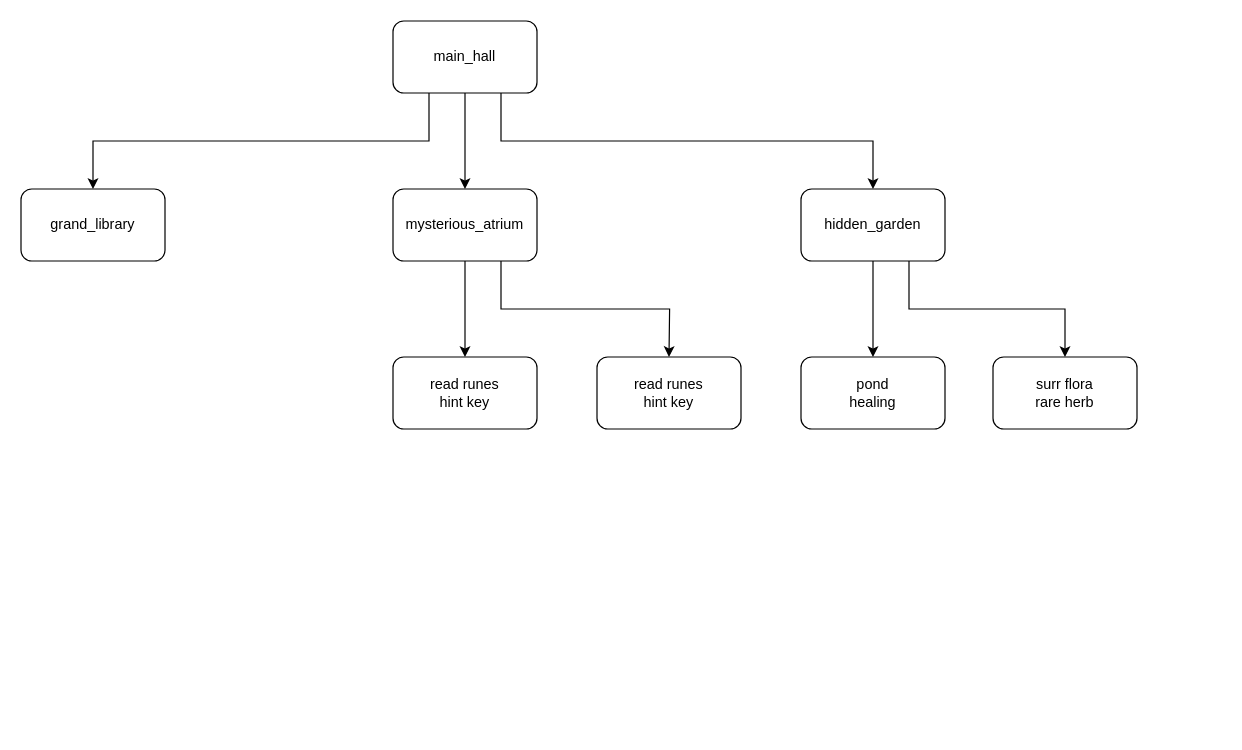
Before: AdventureText.drawio in SkyBlyvion/Python-AdventureText, a draw.io diagram. Source tidied: cells renumbered, new cells numbered last; positions are measured from the earlier drawing's top-left corner, leaving out a move shared by most shapes. Both pictures are drawn from the tidied source at 120%, with x=0, y=0 at pixel (20, 20).
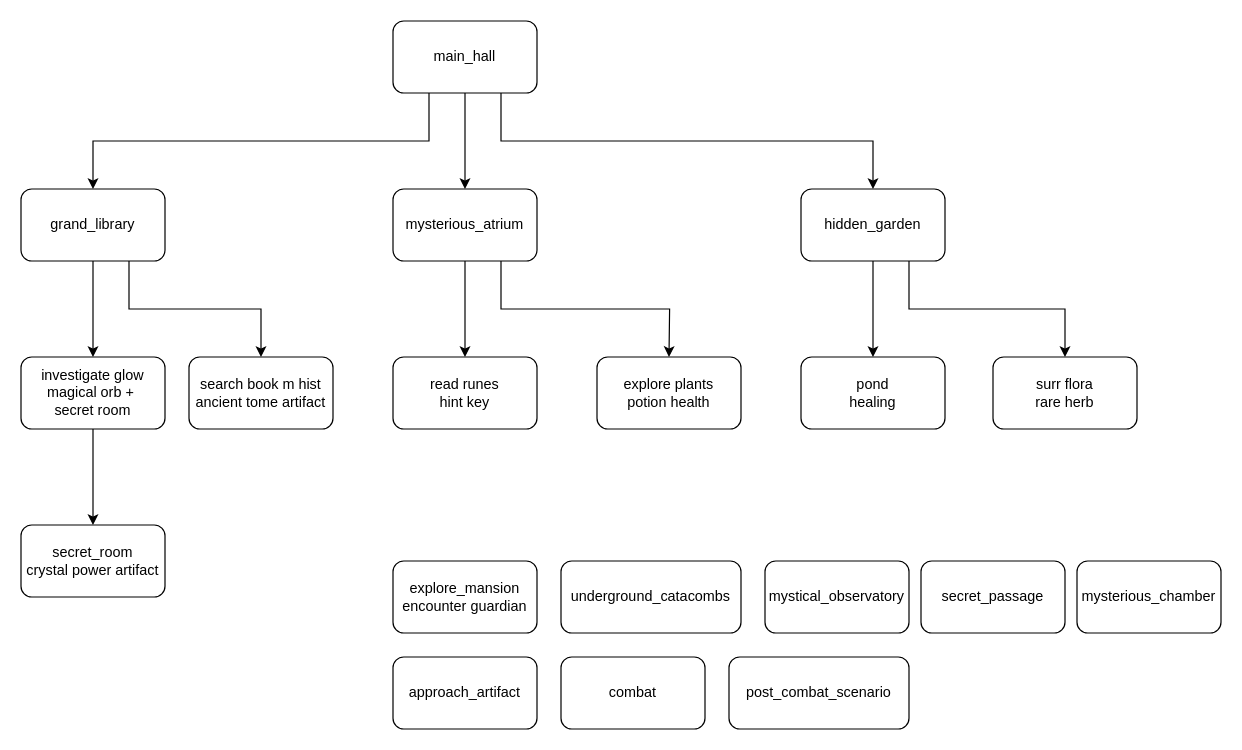
Above is the later version.

Unchanged cells that the change refers to:
```xml
<mxCell id="12" value="grand_library" style="whiteSpace=wrap;html=1;rounded=1;" parent="1" vertex="1">
  <mxGeometry y="140" width="120" height="60" as="geometry" />
</mxCell>
```

Diff of the diagram source:
```diff
@@
+    <mxCell id="17" style="edgeStyle=orthogonalEdgeStyle;rounded=0;jettySize=auto;html=1;" parent="1" edge="1" source="12" target="20">
+      <mxGeometry relative="1" as="geometry" />
+    </mxCell>
+    <mxCell id="18" style="edgeStyle=orthogonalEdgeStyle;rounded=0;jettySize=auto;html=1;exitX=0.75;exitY=1;exitDx=0;exitDy=0;entryX=0.5;entryY=0;entryDx=0;entryDy=0;" parent="1" edge="1" source="12" target="21">
+      <mxGeometry relative="1" as="geometry" />
+    </mxCell>
@@
-    <mxCell id="16" value="read runes&lt;div&gt;hint key&lt;/div&gt;" style="whiteSpace=wrap;html=1;rounded=1;" parent="1" vertex="1">
+    <mxCell id="16" value="explore plants&lt;div&gt;potion health&lt;/div&gt;" style="whiteSpace=wrap;html=1;rounded=1;" parent="1" vertex="1">
       <mxGeometry x="480" y="280" width="120" height="60" as="geometry" />
     </mxCell>
+    <mxCell id="19" style="edgeStyle=orthogonalEdgeStyle;rounded=0;jettySize=auto;html=1;" parent="1" edge="1" source="20" target="22">
+      <mxGeometry relative="1" as="geometry" />
+    </mxCell>
+    <mxCell id="20" value="investigate glow&lt;div&gt;magical orb +&amp;nbsp;&lt;/div&gt;&lt;div&gt;secret room&lt;/div&gt;" style="whiteSpace=wrap;html=1;rounded=1;" parent="1" vertex="1">
+      <mxGeometry y="280" width="120" height="60" as="geometry" />
+    </mxCell>
+    <mxCell id="21" value="search book m hist&lt;div&gt;ancient tome artifact&lt;/div&gt;" style="whiteSpace=wrap;html=1;rounded=1;" parent="1" vertex="1">
+      <mxGeometry x="140" y="280" width="120" height="60" as="geometry" />
+    </mxCell>
+    <mxCell id="22" value="secret_room&lt;div&gt;crystal power artifact&lt;/div&gt;" style="whiteSpace=wrap;html=1;rounded=1;" parent="1" vertex="1">
+      <mxGeometry y="420" width="120" height="60" as="geometry" />
+    </mxCell>
+    <mxCell id="23" value="explore_mansion&lt;div&gt;encounter guardian&lt;/div&gt;" style="rounded=1;whiteSpace=wrap;html=1;" parent="1" vertex="1">
+      <mxGeometry x="310" y="450" width="120" height="60" as="geometry" />
+    </mxCell>
+    <mxCell id="24" value="underground_catacombs" style="rounded=1;whiteSpace=wrap;html=1;" parent="1" vertex="1">
+      <mxGeometry x="450" y="450" width="150" height="60" as="geometry" />
+    </mxCell>
+    <mxCell id="25" value="mysterious_chamber" style="rounded=1;whiteSpace=wrap;html=1;" parent="1" vertex="1">
+      <mxGeometry x="880" y="450" width="120" height="60" as="geometry" />
+    </mxCell>
+    <mxCell id="26" value="mystical_observatory" style="rounded=1;whiteSpace=wrap;html=1;" parent="1" vertex="1">
+      <mxGeometry x="620" y="450" width="120" height="60" as="geometry" />
+    </mxCell>
+    <mxCell id="27" value="secret_passage" style="rounded=1;whiteSpace=wrap;html=1;" parent="1" vertex="1">
+      <mxGeometry x="750" y="450" width="120" height="60" as="geometry" />
+    </mxCell>
+    <mxCell id="28" value="approach_artifact" style="rounded=1;whiteSpace=wrap;html=1;" parent="1" vertex="1">
+      <mxGeometry x="310" y="530" width="120" height="60" as="geometry" />
+    </mxCell>
+    <mxCell id="29" value="combat" style="rounded=1;whiteSpace=wrap;html=1;" parent="1" vertex="1">
+      <mxGeometry x="450" y="530" width="120" height="60" as="geometry" />
+    </mxCell>
+    <mxCell id="30" value="post_combat_scenario" style="rounded=1;whiteSpace=wrap;html=1;" parent="1" vertex="1">
+      <mxGeometry x="590" y="530" width="150" height="60" as="geometry" />
+    </mxCell>
```
